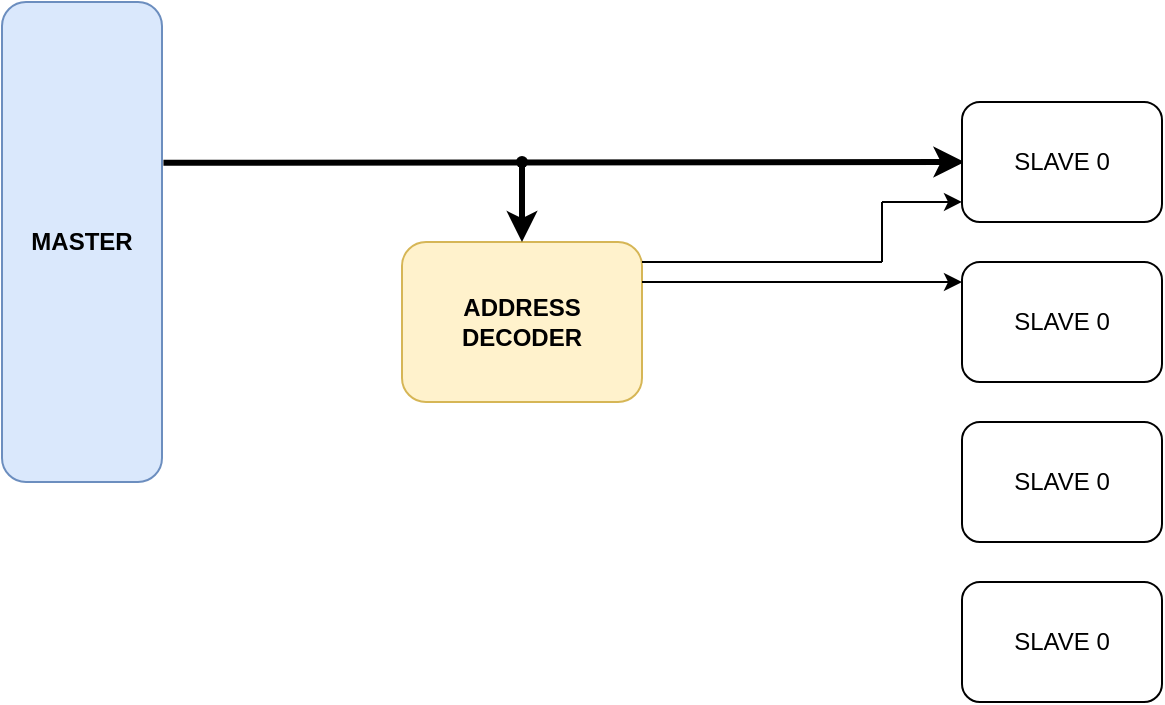
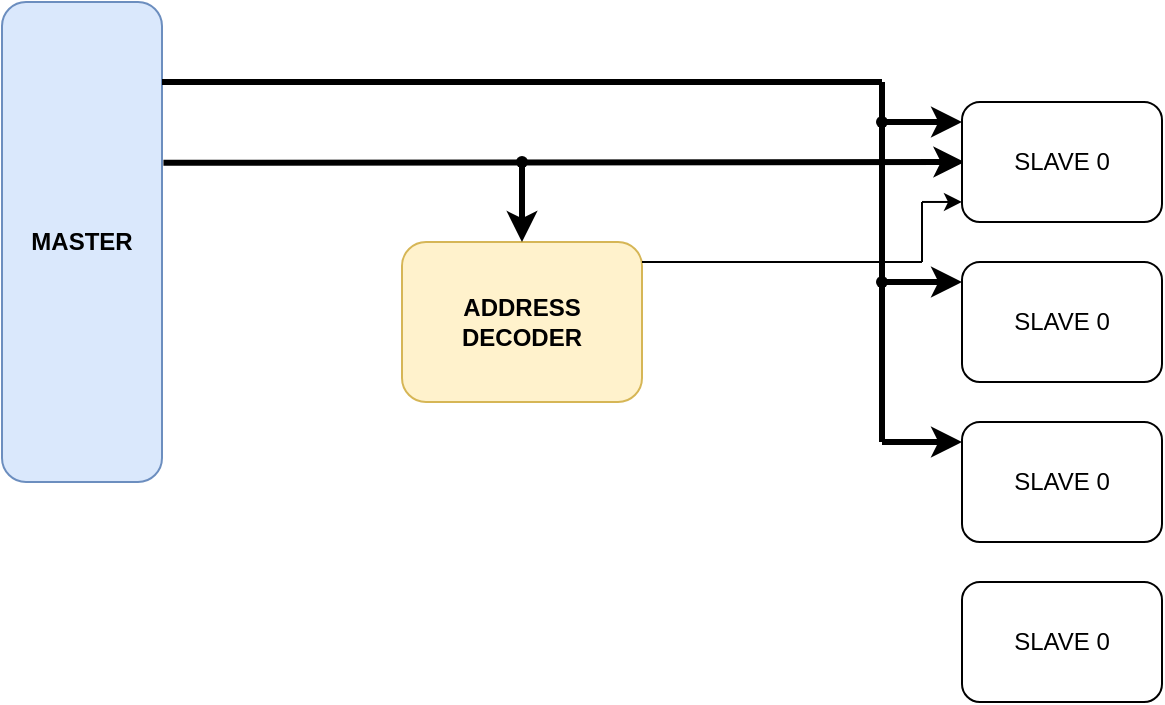
<mxfile host="app.diagrams.net" agent="Mozilla/5.0 (Windows NT 10.0; Win64; x64) AppleWebKit/537.36 (KHTML, like Gecko) Chrome/144.0.0.0 Safari/537.36 Edg/144.0.0.0" pages="4">
  <diagram id="00dOMP4ly3Yvcw6Omt_P" name="AHB Block Diagram">
-     <mxGraphModel dx="176" dy="254" grid="1" gridSize="10" guides="1" tooltips="1" connect="1" arrows="1" fold="1" page="1" pageScale="1" pageWidth="850" pageHeight="1100" math="0" shadow="0">
+     <mxGraphModel dx="147" dy="213" grid="1" gridSize="10" guides="1" tooltips="1" connect="1" arrows="1" fold="1" page="1" pageScale="1" pageWidth="850" pageHeight="1100" math="0" shadow="0">
      <root>
        <mxCell id="0" />
        <mxCell id="1" parent="0" />
        <mxCell id="WVtcaOnAu4kVJNJomXHp-1" parent="1" style="rounded=1;whiteSpace=wrap;html=1;fillColor=#dae8fc;strokeColor=#6c8ebf;" value="&lt;b&gt;MASTER&lt;/b&gt;" vertex="1">
          <mxGeometry height="240" width="80" x="80" y="160" as="geometry" />
        </mxCell>
        <mxCell id="WVtcaOnAu4kVJNJomXHp-3" parent="1" style="rounded=1;whiteSpace=wrap;html=1;fillColor=#fff2cc;strokeColor=#d6b656;" value="&lt;b&gt;ADDRESS DECODER&lt;/b&gt;" vertex="1">
          <mxGeometry height="80" width="120" x="280" y="280" as="geometry" />
        </mxCell>
        <mxCell id="WVtcaOnAu4kVJNJomXHp-4" edge="1" parent="1" source="WVtcaOnAu4kVJNJomXHp-1" style="endArrow=classic;html=1;rounded=0;exitX=1.009;exitY=0.335;exitDx=0;exitDy=0;exitPerimeter=0;strokeWidth=3;" value="">
          <mxGeometry height="50" relative="1" width="50" as="geometry">
            <mxPoint x="170" y="240" as="sourcePoint" />
            <mxPoint x="561.2" y="240" as="targetPoint" />
          </mxGeometry>
        </mxCell>
        <mxCell id="WVtcaOnAu4kVJNJomXHp-5" edge="1" parent="1" source="WVtcaOnAu4kVJNJomXHp-6" style="endArrow=classic;html=1;rounded=0;entryX=0.5;entryY=0;entryDx=0;entryDy=0;strokeWidth=3;" target="WVtcaOnAu4kVJNJomXHp-3" value="">
          <mxGeometry height="50" relative="1" width="50" as="geometry">
            <mxPoint x="340" y="240" as="sourcePoint" />
            <mxPoint x="390" y="190" as="targetPoint" />
          </mxGeometry>
        </mxCell>
        <mxCell id="WVtcaOnAu4kVJNJomXHp-6" parent="1" style="shape=waypoint;sketch=0;fillStyle=solid;size=6;pointerEvents=1;points=[];fillColor=none;resizable=0;rotatable=0;perimeter=centerPerimeter;snapToPoint=1;" value="" vertex="1">
          <mxGeometry height="20" width="20" x="330" y="230" as="geometry" />
        </mxCell>
        <mxCell id="WVtcaOnAu4kVJNJomXHp-7" parent="1" style="rounded=1;whiteSpace=wrap;html=1;" value="SLAVE 0" vertex="1">
          <mxGeometry height="60" width="100" x="560" y="210" as="geometry" />
        </mxCell>
        <mxCell id="WVtcaOnAu4kVJNJomXHp-8" parent="1" style="rounded=1;whiteSpace=wrap;html=1;" value="SLAVE 0" vertex="1">
          <mxGeometry height="60" width="100" x="560" y="290" as="geometry" />
        </mxCell>
        <mxCell id="WVtcaOnAu4kVJNJomXHp-9" parent="1" style="rounded=1;whiteSpace=wrap;html=1;" value="SLAVE 0" vertex="1">
          <mxGeometry height="60" width="100" x="560" y="370" as="geometry" />
        </mxCell>
        <mxCell id="WVtcaOnAu4kVJNJomXHp-10" parent="1" style="rounded=1;whiteSpace=wrap;html=1;" value="SLAVE 0" vertex="1">
          <mxGeometry height="60" width="100" x="560" y="450" as="geometry" />
        </mxCell>
        <mxCell id="WVtcaOnAu4kVJNJomXHp-11" edge="1" parent="1" source="WVtcaOnAu4kVJNJomXHp-3" style="endArrow=none;html=1;rounded=0;exitX=1;exitY=0.125;exitDx=0;exitDy=0;exitPerimeter=0;" value="">
          <mxGeometry height="50" relative="1" width="50" as="geometry">
            <mxPoint x="410" y="290" as="sourcePoint" />
-             <mxPoint x="520" y="290" as="targetPoint" />
+             <mxPoint x="540" y="290" as="targetPoint" />
          </mxGeometry>
        </mxCell>
        <mxCell id="WVtcaOnAu4kVJNJomXHp-12" edge="1" parent="1" style="endArrow=none;html=1;rounded=0;" value="">
          <mxGeometry height="50" relative="1" width="50" as="geometry">
-             <mxPoint x="520" y="290" as="sourcePoint" />
-             <mxPoint x="520" y="260" as="targetPoint" />
+             <mxPoint x="540" y="290" as="sourcePoint" />
+             <mxPoint x="540" y="260" as="targetPoint" />
          </mxGeometry>
        </mxCell>
        <mxCell id="WVtcaOnAu4kVJNJomXHp-13" edge="1" parent="1" style="endArrow=classic;html=1;rounded=0;entryX=0;entryY=0.833;entryDx=0;entryDy=0;entryPerimeter=0;" target="WVtcaOnAu4kVJNJomXHp-7" value="">
          <mxGeometry height="50" relative="1" width="50" as="geometry">
-             <mxPoint x="520" y="260" as="sourcePoint" />
+             <mxPoint x="540" y="259.98" as="sourcePoint" />
            <mxPoint x="540" y="260" as="targetPoint" />
          </mxGeometry>
        </mxCell>
-         <mxCell id="WVtcaOnAu4kVJNJomXHp-16" edge="1" parent="1" style="endArrow=classic;html=1;rounded=0;entryX=0;entryY=0.167;entryDx=0;entryDy=0;entryPerimeter=0;" target="WVtcaOnAu4kVJNJomXHp-8" value="">
-           <mxGeometry height="50" relative="1" width="50" as="geometry">
-             <mxPoint x="400" y="300" as="sourcePoint" />
-             <mxPoint x="490" y="300" as="targetPoint" />
-           </mxGeometry>
+         <mxCell id="WVtcaOnAu4kVJNJomXHp-18" edge="1" parent="1" style="endArrow=none;html=1;rounded=0;strokeWidth=3;" value="">
+           <mxGeometry height="50" relative="1" width="50" as="geometry">
+             <mxPoint x="160" y="200" as="sourcePoint" />
+             <mxPoint x="520" y="200" as="targetPoint" />
+           </mxGeometry>
+         </mxCell>
+         <mxCell id="WVtcaOnAu4kVJNJomXHp-19" edge="1" parent="1" source="WVtcaOnAu4kVJNJomXHp-25" style="endArrow=none;html=1;rounded=0;strokeWidth=3;" value="">
+           <mxGeometry height="50" relative="1" width="50" as="geometry">
+             <mxPoint x="520" y="380" as="sourcePoint" />
+             <mxPoint x="520" y="200" as="targetPoint" />
+           </mxGeometry>
+         </mxCell>
+         <mxCell id="WVtcaOnAu4kVJNJomXHp-20" edge="1" parent="1" style="endArrow=classic;html=1;rounded=0;entryX=0;entryY=0.167;entryDx=0;entryDy=0;entryPerimeter=0;strokeWidth=3;" target="WVtcaOnAu4kVJNJomXHp-7" value="">
+           <mxGeometry height="50" relative="1" width="50" as="geometry">
+             <mxPoint x="520" y="220" as="sourcePoint" />
+             <mxPoint x="570" y="170" as="targetPoint" />
+           </mxGeometry>
+         </mxCell>
+         <mxCell id="WVtcaOnAu4kVJNJomXHp-22" edge="1" parent="1" style="endArrow=classic;html=1;rounded=0;entryX=0;entryY=0.167;entryDx=0;entryDy=0;entryPerimeter=0;strokeWidth=3;" value="">
+           <mxGeometry height="50" relative="1" width="50" as="geometry">
+             <mxPoint x="520" y="300" as="sourcePoint" />
+             <mxPoint x="560" y="300" as="targetPoint" />
+           </mxGeometry>
+         </mxCell>
+         <mxCell id="WVtcaOnAu4kVJNJomXHp-23" parent="1" style="shape=waypoint;sketch=0;fillStyle=solid;size=6;pointerEvents=1;points=[];fillColor=none;resizable=0;rotatable=0;perimeter=centerPerimeter;snapToPoint=1;" value="" vertex="1">
+           <mxGeometry height="20" width="20" x="510" y="210" as="geometry" />
+         </mxCell>
+         <mxCell id="WVtcaOnAu4kVJNJomXHp-24" edge="1" parent="1" style="endArrow=classic;html=1;rounded=0;entryX=0;entryY=0.167;entryDx=0;entryDy=0;entryPerimeter=0;strokeWidth=3;" value="">
+           <mxGeometry height="50" relative="1" width="50" as="geometry">
+             <mxPoint x="520" y="380" as="sourcePoint" />
+             <mxPoint x="560" y="380" as="targetPoint" />
+           </mxGeometry>
+         </mxCell>
+         <mxCell id="WVtcaOnAu4kVJNJomXHp-26" edge="1" parent="1" style="endArrow=none;html=1;rounded=0;strokeWidth=3;" target="WVtcaOnAu4kVJNJomXHp-25" value="">
+           <mxGeometry height="50" relative="1" width="50" as="geometry">
+             <mxPoint x="520" y="380" as="sourcePoint" />
+             <mxPoint x="520" y="200" as="targetPoint" />
+           </mxGeometry>
+         </mxCell>
+         <mxCell id="WVtcaOnAu4kVJNJomXHp-25" parent="1" style="shape=waypoint;sketch=0;fillStyle=solid;size=6;pointerEvents=1;points=[];fillColor=none;resizable=0;rotatable=0;perimeter=centerPerimeter;snapToPoint=1;" value="" vertex="1">
+           <mxGeometry height="20" width="20" x="510" y="290" as="geometry" />
        </mxCell>
      </root>
    </mxGraphModel>
  </diagram>
  <diagram name="AHB Interface" id="AxdGKtdG9Rmgfqjtrl1U">
    <mxGraphModel dx="2046" dy="1106" grid="1" gridSize="10" guides="1" tooltips="1" connect="1" arrows="1" fold="1" page="1" pageScale="1" pageWidth="850" pageHeight="1100" math="0" shadow="0">
      <root>
        <mxCell id="0" />
        <mxCell id="1" parent="0" />
        <mxCell id="BZ9neWvH9tw47nREzwFn-1" parent="1" style="rounded=0;whiteSpace=wrap;html=1;" value="&lt;font style=&quot;font-size: 16px;&quot;&gt;&lt;b&gt;Manager&lt;/b&gt;&lt;/font&gt;" vertex="1">
          <mxGeometry height="200" width="120" x="400" y="80" as="geometry" />
        </mxCell>
        <mxCell id="BZ9neWvH9tw47nREzwFn-2" edge="1" parent="1" style="endArrow=classic;html=1;rounded=0;" value="">
          <mxGeometry height="50" relative="1" width="50" as="geometry">
            <mxPoint x="360" y="100" as="sourcePoint" />
            <mxPoint x="400" y="100" as="targetPoint" />
          </mxGeometry>
        </mxCell>
        <mxCell id="BZ9neWvH9tw47nREzwFn-3" edge="1" parent="1" style="endArrow=classic;html=1;rounded=0;" value="">
          <mxGeometry height="50" relative="1" width="50" as="geometry">
            <mxPoint x="360" y="120" as="sourcePoint" />
            <mxPoint x="400" y="120" as="targetPoint" />
          </mxGeometry>
        </mxCell>
        <mxCell id="BZ9neWvH9tw47nREzwFn-4" parent="1" style="text;html=1;whiteSpace=wrap;strokeColor=none;fillColor=none;align=center;verticalAlign=middle;rounded=0;fontStyle=1" value="HCLK" vertex="1">
          <mxGeometry height="20" width="40" x="320" y="90" as="geometry" />
        </mxCell>
        <mxCell id="BZ9neWvH9tw47nREzwFn-5" parent="1" style="text;html=1;whiteSpace=wrap;strokeColor=none;fillColor=none;align=center;verticalAlign=middle;rounded=0;fontStyle=1" value="HRESETn" vertex="1">
          <mxGeometry height="20" width="60" x="300" y="110" as="geometry" />
        </mxCell>
        <mxCell id="BZ9neWvH9tw47nREzwFn-6" parent="1" style="text;html=1;whiteSpace=wrap;strokeColor=none;fillColor=none;align=center;verticalAlign=middle;rounded=0;fontStyle=1" value="HREADY" vertex="1">
          <mxGeometry height="20" width="60" x="300" y="150" as="geometry" />
        </mxCell>
        <mxCell id="BZ9neWvH9tw47nREzwFn-7" edge="1" parent="1" style="endArrow=classic;html=1;rounded=0;" value="">
          <mxGeometry height="50" relative="1" width="50" as="geometry">
            <mxPoint x="360" y="160" as="sourcePoint" />
            <mxPoint x="400" y="160" as="targetPoint" />
          </mxGeometry>
        </mxCell>
        <mxCell id="BZ9neWvH9tw47nREzwFn-8" edge="1" parent="1" style="endArrow=classic;html=1;rounded=0;" value="">
          <mxGeometry height="50" relative="1" width="50" as="geometry">
            <mxPoint x="360" y="180" as="sourcePoint" />
            <mxPoint x="400" y="180" as="targetPoint" />
          </mxGeometry>
        </mxCell>
        <mxCell id="BZ9neWvH9tw47nREzwFn-9" parent="1" style="text;html=1;whiteSpace=wrap;strokeColor=none;fillColor=none;align=center;verticalAlign=middle;rounded=0;fontStyle=1" value="HSELx" vertex="1">
          <mxGeometry height="20" width="60" x="310" y="430" as="geometry" />
        </mxCell>
        <mxCell id="BZ9neWvH9tw47nREzwFn-10" edge="1" parent="1" style="endArrow=classic;html=1;rounded=0;" value="">
          <mxGeometry height="50" relative="1" width="50" as="geometry">
            <mxPoint x="360" y="260" as="sourcePoint" />
            <mxPoint x="400" y="260" as="targetPoint" />
          </mxGeometry>
        </mxCell>
        <mxCell id="BZ9neWvH9tw47nREzwFn-11" parent="1" style="text;html=1;whiteSpace=wrap;strokeColor=none;fillColor=none;align=center;verticalAlign=middle;rounded=0;fontStyle=1" value="HRDATA[31:0]" vertex="1">
          <mxGeometry height="20" width="90" x="270" y="250" as="geometry" />
        </mxCell>
        <mxCell id="BZ9neWvH9tw47nREzwFn-12" edge="1" parent="1" style="endArrow=classic;html=1;rounded=0;" value="">
          <mxGeometry height="50" relative="1" width="50" as="geometry">
            <mxPoint x="520" y="99.83" as="sourcePoint" />
            <mxPoint x="560" y="99.83" as="targetPoint" />
          </mxGeometry>
        </mxCell>
        <mxCell id="BZ9neWvH9tw47nREzwFn-13" edge="1" parent="1" style="endArrow=classic;html=1;rounded=0;" value="">
          <mxGeometry height="50" relative="1" width="50" as="geometry">
            <mxPoint x="520" y="119.83" as="sourcePoint" />
            <mxPoint x="560" y="119.83" as="targetPoint" />
          </mxGeometry>
        </mxCell>
        <mxCell id="BZ9neWvH9tw47nREzwFn-14" edge="1" parent="1" style="endArrow=classic;html=1;rounded=0;" value="">
          <mxGeometry height="50" relative="1" width="50" as="geometry">
            <mxPoint x="520" y="159.83" as="sourcePoint" />
            <mxPoint x="560" y="159.83" as="targetPoint" />
          </mxGeometry>
        </mxCell>
        <mxCell id="BZ9neWvH9tw47nREzwFn-15" edge="1" parent="1" style="endArrow=classic;html=1;rounded=0;" value="">
          <mxGeometry height="50" relative="1" width="50" as="geometry">
            <mxPoint x="520" y="140" as="sourcePoint" />
            <mxPoint x="560" y="140" as="targetPoint" />
          </mxGeometry>
        </mxCell>
        <mxCell id="BZ9neWvH9tw47nREzwFn-16" edge="1" parent="1" style="endArrow=classic;html=1;rounded=0;" value="">
          <mxGeometry height="50" relative="1" width="50" as="geometry">
            <mxPoint x="520" y="179.83" as="sourcePoint" />
            <mxPoint x="560" y="179.83" as="targetPoint" />
          </mxGeometry>
        </mxCell>
        <mxCell id="BZ9neWvH9tw47nREzwFn-17" edge="1" parent="1" style="endArrow=classic;html=1;rounded=0;" value="">
          <mxGeometry height="50" relative="1" width="50" as="geometry">
            <mxPoint x="520" y="200" as="sourcePoint" />
            <mxPoint x="560" y="200" as="targetPoint" />
          </mxGeometry>
        </mxCell>
        <mxCell id="BZ9neWvH9tw47nREzwFn-18" parent="1" style="text;html=1;whiteSpace=wrap;strokeColor=none;fillColor=none;align=center;verticalAlign=middle;rounded=0;fontStyle=1" value="HADDR[31:0]" vertex="1">
          <mxGeometry height="20" width="80" x="560" y="90" as="geometry" />
        </mxCell>
        <mxCell id="BZ9neWvH9tw47nREzwFn-19" parent="1" style="text;html=1;whiteSpace=wrap;strokeColor=none;fillColor=none;align=center;verticalAlign=middle;rounded=0;fontStyle=1" value="HWRITE" vertex="1">
          <mxGeometry height="20" width="60" x="560" y="110" as="geometry" />
        </mxCell>
        <mxCell id="BZ9neWvH9tw47nREzwFn-20" parent="1" style="text;html=1;whiteSpace=wrap;strokeColor=none;fillColor=none;align=center;verticalAlign=middle;rounded=0;fontStyle=1" value="HSIZE[2:0]" vertex="1">
          <mxGeometry height="20" width="70" x="560" y="130" as="geometry" />
        </mxCell>
        <mxCell id="BZ9neWvH9tw47nREzwFn-21" parent="1" style="text;html=1;whiteSpace=wrap;strokeColor=none;fillColor=none;align=center;verticalAlign=middle;rounded=0;fontStyle=1" value="HBURST[2:0]" vertex="1">
          <mxGeometry height="20" width="80" x="560" y="150" as="geometry" />
        </mxCell>
        <mxCell id="BZ9neWvH9tw47nREzwFn-22" parent="1" style="text;html=1;whiteSpace=wrap;strokeColor=none;fillColor=none;align=center;verticalAlign=middle;rounded=0;fontStyle=1" value="HPROT[3:0]" vertex="1">
          <mxGeometry height="20" width="80" x="560" y="170" as="geometry" />
        </mxCell>
        <mxCell id="BZ9neWvH9tw47nREzwFn-23" parent="1" style="text;html=1;whiteSpace=wrap;strokeColor=none;fillColor=none;align=center;verticalAlign=middle;rounded=0;fontStyle=1" value="HTRANS[1:0]" vertex="1">
          <mxGeometry height="20" width="80" x="560" y="190" as="geometry" />
        </mxCell>
        <mxCell id="BZ9neWvH9tw47nREzwFn-24" edge="1" parent="1" style="endArrow=classic;html=1;rounded=0;" value="">
          <mxGeometry height="50" relative="1" width="50" as="geometry">
            <mxPoint x="520" y="220" as="sourcePoint" />
            <mxPoint x="560" y="220" as="targetPoint" />
          </mxGeometry>
        </mxCell>
        <mxCell id="BZ9neWvH9tw47nREzwFn-25" parent="1" style="text;html=1;whiteSpace=wrap;strokeColor=none;fillColor=none;align=center;verticalAlign=middle;rounded=0;fontStyle=1" value="HMASTLOCK" vertex="1">
          <mxGeometry height="20" width="80" x="560" y="210" as="geometry" />
        </mxCell>
        <mxCell id="BZ9neWvH9tw47nREzwFn-26" edge="1" parent="1" style="endArrow=classic;html=1;rounded=0;" value="">
          <mxGeometry height="50" relative="1" width="50" as="geometry">
            <mxPoint x="520" y="259.8" as="sourcePoint" />
            <mxPoint x="560" y="259.8" as="targetPoint" />
          </mxGeometry>
        </mxCell>
        <mxCell id="BZ9neWvH9tw47nREzwFn-30" parent="1" style="text;html=1;whiteSpace=wrap;strokeColor=none;fillColor=none;align=center;verticalAlign=middle;rounded=0;fontStyle=1" value="HWDATA[31:0]" vertex="1">
          <mxGeometry height="20" width="95" x="555" y="250" as="geometry" />
        </mxCell>
        <mxCell id="BZ9neWvH9tw47nREzwFn-31" parent="1" style="rounded=0;whiteSpace=wrap;html=1;" value="&lt;font style=&quot;font-size: 16px;&quot;&gt;&lt;b&gt;Slave&lt;/b&gt;&lt;/font&gt;" vertex="1">
          <mxGeometry height="320" width="120" x="400" y="360" as="geometry" />
        </mxCell>
        <mxCell id="BZ9neWvH9tw47nREzwFn-32" edge="1" parent="1" style="endArrow=classic;html=1;rounded=0;" value="">
          <mxGeometry height="50" relative="1" width="50" as="geometry">
            <mxPoint x="360" y="489.83" as="sourcePoint" />
            <mxPoint x="400" y="489.83" as="targetPoint" />
          </mxGeometry>
        </mxCell>
        <mxCell id="BZ9neWvH9tw47nREzwFn-33" edge="1" parent="1" style="endArrow=classic;html=1;rounded=0;" value="">
          <mxGeometry height="50" relative="1" width="50" as="geometry">
            <mxPoint x="360" y="509.83" as="sourcePoint" />
            <mxPoint x="400" y="509.83" as="targetPoint" />
          </mxGeometry>
        </mxCell>
        <mxCell id="BZ9neWvH9tw47nREzwFn-34" edge="1" parent="1" style="endArrow=classic;html=1;rounded=0;" value="">
          <mxGeometry height="50" relative="1" width="50" as="geometry">
            <mxPoint x="360" y="549.83" as="sourcePoint" />
            <mxPoint x="400" y="549.83" as="targetPoint" />
          </mxGeometry>
        </mxCell>
        <mxCell id="BZ9neWvH9tw47nREzwFn-35" edge="1" parent="1" style="endArrow=classic;html=1;rounded=0;" value="">
          <mxGeometry height="50" relative="1" width="50" as="geometry">
            <mxPoint x="360" y="530" as="sourcePoint" />
            <mxPoint x="400" y="530" as="targetPoint" />
          </mxGeometry>
        </mxCell>
        <mxCell id="BZ9neWvH9tw47nREzwFn-36" edge="1" parent="1" style="endArrow=classic;html=1;rounded=0;" value="">
          <mxGeometry height="50" relative="1" width="50" as="geometry">
            <mxPoint x="360" y="569.83" as="sourcePoint" />
            <mxPoint x="400" y="569.83" as="targetPoint" />
          </mxGeometry>
        </mxCell>
        <mxCell id="BZ9neWvH9tw47nREzwFn-37" edge="1" parent="1" style="endArrow=classic;html=1;rounded=0;" value="">
          <mxGeometry height="50" relative="1" width="50" as="geometry">
            <mxPoint x="360" y="590" as="sourcePoint" />
            <mxPoint x="400" y="590" as="targetPoint" />
          </mxGeometry>
        </mxCell>
        <mxCell id="BZ9neWvH9tw47nREzwFn-38" parent="1" style="text;html=1;whiteSpace=wrap;strokeColor=none;fillColor=none;align=center;verticalAlign=middle;rounded=0;fontStyle=1" value="HADDR[31:0]" vertex="1">
          <mxGeometry height="20" width="80" x="275" y="480" as="geometry" />
        </mxCell>
        <mxCell id="BZ9neWvH9tw47nREzwFn-39" parent="1" style="text;html=1;whiteSpace=wrap;strokeColor=none;fillColor=none;align=center;verticalAlign=middle;rounded=0;fontStyle=1" value="HWRITE" vertex="1">
          <mxGeometry height="20" width="60" x="275" y="500" as="geometry" />
        </mxCell>
        <mxCell id="BZ9neWvH9tw47nREzwFn-40" parent="1" style="text;html=1;whiteSpace=wrap;strokeColor=none;fillColor=none;align=center;verticalAlign=middle;rounded=0;fontStyle=1" value="HSIZE[2:0]" vertex="1">
          <mxGeometry height="20" width="70" x="275" y="520" as="geometry" />
        </mxCell>
        <mxCell id="BZ9neWvH9tw47nREzwFn-41" parent="1" style="text;html=1;whiteSpace=wrap;strokeColor=none;fillColor=none;align=center;verticalAlign=middle;rounded=0;fontStyle=1" value="HBURST[2:0]" vertex="1">
          <mxGeometry height="20" width="80" x="275" y="540" as="geometry" />
        </mxCell>
        <mxCell id="BZ9neWvH9tw47nREzwFn-42" parent="1" style="text;html=1;whiteSpace=wrap;strokeColor=none;fillColor=none;align=center;verticalAlign=middle;rounded=0;fontStyle=1" value="HPROT[3:0]" vertex="1">
          <mxGeometry height="20" width="80" x="275" y="560" as="geometry" />
        </mxCell>
        <mxCell id="BZ9neWvH9tw47nREzwFn-43" parent="1" style="text;html=1;whiteSpace=wrap;strokeColor=none;fillColor=none;align=center;verticalAlign=middle;rounded=0;fontStyle=1" value="HTRANS[1:0]" vertex="1">
          <mxGeometry height="20" width="80" x="275" y="580" as="geometry" />
        </mxCell>
        <mxCell id="BZ9neWvH9tw47nREzwFn-44" edge="1" parent="1" style="endArrow=classic;html=1;rounded=0;" value="">
          <mxGeometry height="50" relative="1" width="50" as="geometry">
            <mxPoint x="360" y="610" as="sourcePoint" />
            <mxPoint x="400" y="610" as="targetPoint" />
          </mxGeometry>
        </mxCell>
        <mxCell id="BZ9neWvH9tw47nREzwFn-45" parent="1" style="text;html=1;whiteSpace=wrap;strokeColor=none;fillColor=none;align=center;verticalAlign=middle;rounded=0;fontStyle=1" value="HMASTLOCK" vertex="1">
          <mxGeometry height="20" width="80" x="275" y="600" as="geometry" />
        </mxCell>
        <mxCell id="BZ9neWvH9tw47nREzwFn-46" edge="1" parent="1" style="endArrow=classic;html=1;rounded=0;" value="">
          <mxGeometry height="50" relative="1" width="50" as="geometry">
            <mxPoint x="360" y="649.8" as="sourcePoint" />
            <mxPoint x="400" y="649.8" as="targetPoint" />
          </mxGeometry>
        </mxCell>
        <mxCell id="BZ9neWvH9tw47nREzwFn-47" parent="1" style="text;html=1;whiteSpace=wrap;strokeColor=none;fillColor=none;align=center;verticalAlign=middle;rounded=0;fontStyle=1" value="HWDATA[31:0]" vertex="1">
          <mxGeometry height="20" width="95" x="270" y="640" as="geometry" />
        </mxCell>
        <mxCell id="BZ9neWvH9tw47nREzwFn-49" edge="1" parent="1" style="endArrow=classic;html=1;rounded=0;" value="">
          <mxGeometry height="50" relative="1" width="50" as="geometry">
            <mxPoint x="360" y="380" as="sourcePoint" />
            <mxPoint x="400" y="380" as="targetPoint" />
          </mxGeometry>
        </mxCell>
        <mxCell id="BZ9neWvH9tw47nREzwFn-50" edge="1" parent="1" style="endArrow=classic;html=1;rounded=0;" value="">
          <mxGeometry height="50" relative="1" width="50" as="geometry">
            <mxPoint x="360" y="400" as="sourcePoint" />
            <mxPoint x="400" y="400" as="targetPoint" />
          </mxGeometry>
        </mxCell>
        <mxCell id="BZ9neWvH9tw47nREzwFn-51" edge="1" parent="1" style="endArrow=classic;html=1;rounded=0;" value="">
          <mxGeometry height="50" relative="1" width="50" as="geometry">
            <mxPoint x="360" y="440" as="sourcePoint" />
            <mxPoint x="400" y="440" as="targetPoint" />
          </mxGeometry>
        </mxCell>
        <mxCell id="BZ9neWvH9tw47nREzwFn-52" parent="1" style="text;html=1;whiteSpace=wrap;strokeColor=none;fillColor=none;align=center;verticalAlign=middle;rounded=0;fontStyle=1" value="HCLK" vertex="1">
          <mxGeometry height="20" width="40" x="320" y="370" as="geometry" />
        </mxCell>
        <mxCell id="BZ9neWvH9tw47nREzwFn-53" parent="1" style="text;html=1;whiteSpace=wrap;strokeColor=none;fillColor=none;align=center;verticalAlign=middle;rounded=0;fontStyle=1" value="HRESETn" vertex="1">
          <mxGeometry height="20" width="60" x="300" y="390" as="geometry" />
        </mxCell>
        <mxCell id="BZ9neWvH9tw47nREzwFn-54" parent="1" style="shape=curlyBracket;whiteSpace=wrap;html=1;rounded=1;labelPosition=left;verticalLabelPosition=middle;align=right;verticalAlign=middle;" value="" vertex="1">
          <mxGeometry height="35" width="20" x="230" y="90" as="geometry" />
        </mxCell>
        <mxCell id="BZ9neWvH9tw47nREzwFn-55" parent="1" style="text;html=1;whiteSpace=wrap;strokeColor=none;fillColor=none;align=center;verticalAlign=middle;rounded=0;fontStyle=1" value="HRESP" vertex="1">
          <mxGeometry height="20" width="60" x="300" y="170" as="geometry" />
        </mxCell>
        <mxCell id="BZ9neWvH9tw47nREzwFn-56" parent="1" style="shape=curlyBracket;whiteSpace=wrap;html=1;rounded=1;labelPosition=left;verticalLabelPosition=middle;align=right;verticalAlign=middle;" value="" vertex="1">
          <mxGeometry height="140" width="20" x="230" y="480" as="geometry" />
        </mxCell>
        <mxCell id="BZ9neWvH9tw47nREzwFn-57" parent="1" style="shape=curlyBracket;whiteSpace=wrap;html=1;rounded=1;labelPosition=left;verticalLabelPosition=middle;align=right;verticalAlign=middle;rotation=-180;" value="" vertex="1">
          <mxGeometry height="135" width="20" x="650" y="90" as="geometry" />
        </mxCell>
        <mxCell id="BZ9neWvH9tw47nREzwFn-58" parent="1" style="text;html=1;whiteSpace=wrap;strokeColor=none;fillColor=none;align=center;verticalAlign=middle;rounded=0;fontStyle=1" value="&lt;span style=&quot;font-weight: normal;&quot;&gt;Global signals&lt;/span&gt;" vertex="1">
          <mxGeometry height="20" width="90" x="140" y="97.5" as="geometry" />
        </mxCell>
        <mxCell id="BZ9neWvH9tw47nREzwFn-59" parent="1" style="text;html=1;whiteSpace=wrap;strokeColor=none;fillColor=none;align=center;verticalAlign=middle;rounded=0;fontStyle=1" value="&lt;span style=&quot;font-weight: normal;&quot;&gt;Transfer response&lt;/span&gt;" vertex="1">
          <mxGeometry height="20" width="60" x="170" y="157.5" as="geometry" />
        </mxCell>
        <mxCell id="BZ9neWvH9tw47nREzwFn-60" parent="1" style="text;html=1;whiteSpace=wrap;strokeColor=none;fillColor=none;align=center;verticalAlign=middle;rounded=0;fontStyle=1" value="&lt;span style=&quot;font-weight: normal;&quot;&gt;Data&lt;/span&gt;" vertex="1">
          <mxGeometry height="20" width="60" x="170" y="250" as="geometry" />
        </mxCell>
        <mxCell id="BZ9neWvH9tw47nREzwFn-61" parent="1" style="text;html=1;whiteSpace=wrap;strokeColor=none;fillColor=none;align=center;verticalAlign=middle;rounded=0;fontStyle=1" value="&lt;span style=&quot;font-weight: normal;&quot;&gt;Address and control signals&lt;/span&gt;" vertex="1">
          <mxGeometry height="37.5" width="90" x="670" y="140" as="geometry" />
        </mxCell>
        <mxCell id="BZ9neWvH9tw47nREzwFn-62" parent="1" style="shape=curlyBracket;whiteSpace=wrap;html=1;rounded=1;labelPosition=left;verticalLabelPosition=middle;align=right;verticalAlign=middle;" value="" vertex="1">
          <mxGeometry height="35" width="20" x="230" y="150" as="geometry" />
        </mxCell>
        <mxCell id="BZ9neWvH9tw47nREzwFn-63" parent="1" style="text;html=1;whiteSpace=wrap;strokeColor=none;fillColor=none;align=center;verticalAlign=middle;rounded=0;fontStyle=1" value="&lt;span style=&quot;font-weight: normal;&quot;&gt;Address and control signals&lt;/span&gt;" vertex="1">
          <mxGeometry height="37.5" width="90" x="140" y="531" as="geometry" />
        </mxCell>
        <mxCell id="BZ9neWvH9tw47nREzwFn-64" parent="1" style="shape=curlyBracket;whiteSpace=wrap;html=1;rounded=1;labelPosition=left;verticalLabelPosition=middle;align=right;verticalAlign=middle;" value="" vertex="1">
          <mxGeometry height="35" width="20" x="230" y="375" as="geometry" />
        </mxCell>
        <mxCell id="BZ9neWvH9tw47nREzwFn-65" parent="1" style="text;html=1;whiteSpace=wrap;strokeColor=none;fillColor=none;align=center;verticalAlign=middle;rounded=0;fontStyle=1" value="&lt;span style=&quot;font-weight: normal;&quot;&gt;Global signals&lt;/span&gt;" vertex="1">
          <mxGeometry height="20" width="90" x="140" y="382.5" as="geometry" />
        </mxCell>
        <mxCell id="BZ9neWvH9tw47nREzwFn-66" parent="1" style="text;html=1;whiteSpace=wrap;strokeColor=none;fillColor=none;align=center;verticalAlign=middle;rounded=0;fontStyle=1" value="&lt;span style=&quot;font-weight: normal;&quot;&gt;Data&lt;/span&gt;" vertex="1">
          <mxGeometry height="20" width="60" x="670" y="250" as="geometry" />
        </mxCell>
        <mxCell id="BZ9neWvH9tw47nREzwFn-67" edge="1" parent="1" style="endArrow=classic;html=1;rounded=0;" value="">
          <mxGeometry height="50" relative="1" width="50" as="geometry">
            <mxPoint x="520" y="490" as="sourcePoint" />
            <mxPoint x="560" y="490" as="targetPoint" />
          </mxGeometry>
        </mxCell>
        <mxCell id="BZ9neWvH9tw47nREzwFn-68" edge="1" parent="1" style="endArrow=classic;html=1;rounded=0;" value="">
          <mxGeometry height="50" relative="1" width="50" as="geometry">
            <mxPoint x="520" y="510" as="sourcePoint" />
            <mxPoint x="560" y="510" as="targetPoint" />
          </mxGeometry>
        </mxCell>
        <mxCell id="BZ9neWvH9tw47nREzwFn-69" parent="1" style="text;html=1;whiteSpace=wrap;strokeColor=none;fillColor=none;align=center;verticalAlign=middle;rounded=0;fontStyle=1" value="HREADY" vertex="1">
          <mxGeometry height="20" width="60" x="560" y="480" as="geometry" />
        </mxCell>
        <mxCell id="BZ9neWvH9tw47nREzwFn-70" parent="1" style="text;html=1;whiteSpace=wrap;strokeColor=none;fillColor=none;align=center;verticalAlign=middle;rounded=0;fontStyle=1" value="HRESP" vertex="1">
          <mxGeometry height="20" width="60" x="560" y="500" as="geometry" />
        </mxCell>
        <mxCell id="BZ9neWvH9tw47nREzwFn-71" edge="1" parent="1" style="endArrow=classic;html=1;rounded=0;" value="">
          <mxGeometry height="50" relative="1" width="50" as="geometry">
            <mxPoint x="520" y="649.6600000000001" as="sourcePoint" />
            <mxPoint x="560" y="649.6600000000001" as="targetPoint" />
          </mxGeometry>
        </mxCell>
        <mxCell id="BZ9neWvH9tw47nREzwFn-72" parent="1" style="text;html=1;whiteSpace=wrap;strokeColor=none;fillColor=none;align=center;verticalAlign=middle;rounded=0;fontStyle=1" value="HRDATA[31:0]" vertex="1">
          <mxGeometry height="20" width="90" x="560" y="640" as="geometry" />
        </mxCell>
        <mxCell id="BZ9neWvH9tw47nREzwFn-73" parent="1" style="text;html=1;whiteSpace=wrap;strokeColor=none;fillColor=none;align=center;verticalAlign=middle;rounded=0;fontStyle=1" value="&lt;span style=&quot;font-weight: normal;&quot;&gt;Data&lt;/span&gt;" vertex="1">
          <mxGeometry height="20" width="60" x="155" y="640" as="geometry" />
        </mxCell>
        <mxCell id="BZ9neWvH9tw47nREzwFn-74" parent="1" style="text;html=1;whiteSpace=wrap;strokeColor=none;fillColor=none;align=center;verticalAlign=middle;rounded=0;fontStyle=1" value="&lt;span style=&quot;font-weight: normal;&quot;&gt;Data&lt;/span&gt;" vertex="1">
          <mxGeometry height="20" width="50" x="675" y="640" as="geometry" />
        </mxCell>
        <mxCell id="BZ9neWvH9tw47nREzwFn-75" parent="1" style="text;html=1;whiteSpace=wrap;strokeColor=none;fillColor=none;align=center;verticalAlign=middle;rounded=0;fontStyle=1" value="&lt;span style=&quot;font-weight: normal;&quot;&gt;Transfer response&lt;/span&gt;" vertex="1">
          <mxGeometry height="20" width="60" x="670" y="487.5" as="geometry" />
        </mxCell>
        <mxCell id="BZ9neWvH9tw47nREzwFn-76" parent="1" style="shape=curlyBracket;whiteSpace=wrap;html=1;rounded=1;labelPosition=left;verticalLabelPosition=middle;align=right;verticalAlign=middle;rotation=-180;" value="" vertex="1">
          <mxGeometry height="35" width="20" x="640" y="480" as="geometry" />
        </mxCell>
        <mxCell id="BZ9neWvH9tw47nREzwFn-77" parent="1" style="text;html=1;whiteSpace=wrap;strokeColor=none;fillColor=none;align=center;verticalAlign=middle;rounded=0;fontStyle=1" value="&lt;span style=&quot;font-weight: normal;&quot;&gt;Select signal&lt;/span&gt;" vertex="1">
          <mxGeometry height="20" width="90" x="140" y="430" as="geometry" />
        </mxCell>
      </root>
    </mxGraphModel>
  </diagram>
  <diagram id="Hd4ECfvz_bm4RMetZK8C" name="Master Interface">
    <mxGraphModel dx="764" dy="1105" grid="1" gridSize="10" guides="1" tooltips="1" connect="1" arrows="1" fold="1" page="1" pageScale="1" pageWidth="850" pageHeight="1100" math="0" shadow="0">
      <root>
        <mxCell id="0" />
        <mxCell id="1" parent="0" />
      </root>
    </mxGraphModel>
  </diagram>
  <diagram id="AYzUWjTrgIps4r00h7mQ" name="Master FSM">
    <mxGraphModel dx="437" dy="631" grid="1" gridSize="10" guides="1" tooltips="1" connect="1" arrows="1" fold="1" page="1" pageScale="1" pageWidth="850" pageHeight="1100" math="0" shadow="0">
      <root>
        <mxCell id="0" />
        <mxCell id="1" parent="0" />
        <mxCell id="gUlQ52oibdo8bB1fHUDe-6" edge="1" parent="1" source="gUlQ52oibdo8bB1fHUDe-1" style="edgeStyle=orthogonalEdgeStyle;rounded=0;orthogonalLoop=1;jettySize=auto;html=1;exitX=1;exitY=0.5;exitDx=0;exitDy=0;entryX=0;entryY=0.5;entryDx=0;entryDy=0;" target="gUlQ52oibdo8bB1fHUDe-2">
          <mxGeometry relative="1" as="geometry" />
        </mxCell>
        <mxCell id="gUlQ52oibdo8bB1fHUDe-8" edge="1" parent="1" source="gUlQ52oibdo8bB1fHUDe-1" style="edgeStyle=orthogonalEdgeStyle;rounded=0;orthogonalLoop=1;jettySize=auto;html=1;entryX=0.5;entryY=0;entryDx=0;entryDy=0;" target="gUlQ52oibdo8bB1fHUDe-5">
          <mxGeometry relative="1" as="geometry" />
        </mxCell>
        <mxCell id="gUlQ52oibdo8bB1fHUDe-1" parent="1" style="ellipse;whiteSpace=wrap;html=1;" value="IDLE" vertex="1">
          <mxGeometry height="80" width="120" x="200" y="200" as="geometry" />
        </mxCell>
        <mxCell id="gUlQ52oibdo8bB1fHUDe-7" edge="1" parent="1" source="gUlQ52oibdo8bB1fHUDe-2" style="edgeStyle=orthogonalEdgeStyle;rounded=0;orthogonalLoop=1;jettySize=auto;html=1;entryX=0.5;entryY=0;entryDx=0;entryDy=0;" target="gUlQ52oibdo8bB1fHUDe-3">
          <mxGeometry relative="1" as="geometry" />
        </mxCell>
        <mxCell id="gUlQ52oibdo8bB1fHUDe-2" parent="1" style="ellipse;whiteSpace=wrap;html=1;" value="WR_ADDR_PHASE" vertex="1">
          <mxGeometry height="80" width="120" x="440" y="200" as="geometry" />
        </mxCell>
        <mxCell id="gUlQ52oibdo8bB1fHUDe-10" edge="1" parent="1" source="gUlQ52oibdo8bB1fHUDe-3" style="edgeStyle=orthogonalEdgeStyle;rounded=0;orthogonalLoop=1;jettySize=auto;html=1;entryX=0.5;entryY=0;entryDx=0;entryDy=0;" target="gUlQ52oibdo8bB1fHUDe-9">
          <mxGeometry relative="1" as="geometry" />
        </mxCell>
        <mxCell id="8WBKzOnGMAMBHIHuB8Qa-4" edge="1" parent="1" source="gUlQ52oibdo8bB1fHUDe-3" style="edgeStyle=orthogonalEdgeStyle;rounded=0;orthogonalLoop=1;jettySize=auto;html=1;entryX=1;entryY=0.5;entryDx=0;entryDy=0;" target="gUlQ52oibdo8bB1fHUDe-5">
          <mxGeometry relative="1" as="geometry" />
        </mxCell>
        <mxCell id="gUlQ52oibdo8bB1fHUDe-3" parent="1" style="ellipse;whiteSpace=wrap;html=1;" value="WR_DATA_PHASE" vertex="1">
          <mxGeometry height="80" width="120" x="440" y="360" as="geometry" />
        </mxCell>
        <mxCell id="gUlQ52oibdo8bB1fHUDe-11" edge="1" parent="1" source="gUlQ52oibdo8bB1fHUDe-4" style="edgeStyle=orthogonalEdgeStyle;rounded=0;orthogonalLoop=1;jettySize=auto;html=1;entryX=0;entryY=0.5;entryDx=0;entryDy=0;" target="gUlQ52oibdo8bB1fHUDe-9">
          <mxGeometry relative="1" as="geometry" />
        </mxCell>
        <mxCell id="8WBKzOnGMAMBHIHuB8Qa-6" edge="1" parent="1" source="gUlQ52oibdo8bB1fHUDe-4" style="edgeStyle=orthogonalEdgeStyle;rounded=0;orthogonalLoop=1;jettySize=auto;html=1;exitX=0;exitY=0.5;exitDx=0;exitDy=0;entryX=0;entryY=0.5;entryDx=0;entryDy=0;" target="gUlQ52oibdo8bB1fHUDe-1">
          <mxGeometry relative="1" as="geometry">
            <Array as="points">
              <mxPoint x="160.03" y="560.03" />
              <mxPoint x="160.03" y="240.03" />
            </Array>
          </mxGeometry>
        </mxCell>
        <mxCell id="gUlQ52oibdo8bB1fHUDe-4" parent="1" style="ellipse;whiteSpace=wrap;html=1;" value="RD_DATA_PHASE" vertex="1">
          <mxGeometry height="80" width="120" x="200" y="520" as="geometry" />
        </mxCell>
        <mxCell id="8WBKzOnGMAMBHIHuB8Qa-3" edge="1" parent="1" source="gUlQ52oibdo8bB1fHUDe-5" style="edgeStyle=orthogonalEdgeStyle;rounded=0;orthogonalLoop=1;jettySize=auto;html=1;" target="gUlQ52oibdo8bB1fHUDe-4" value="">
          <mxGeometry relative="1" as="geometry" />
        </mxCell>
        <mxCell id="gUlQ52oibdo8bB1fHUDe-5" parent="1" style="ellipse;whiteSpace=wrap;html=1;" value="RD_ADDR_PHASE" vertex="1">
          <mxGeometry height="80" width="120" x="200" y="360" as="geometry" />
        </mxCell>
        <mxCell id="gUlQ52oibdo8bB1fHUDe-9" parent="1" style="ellipse;whiteSpace=wrap;html=1;" value="WAIT_STATE" vertex="1">
          <mxGeometry height="80" width="120" x="440" y="520" as="geometry" />
        </mxCell>
        <mxCell id="8WBKzOnGMAMBHIHuB8Qa-1" edge="1" parent="1" source="gUlQ52oibdo8bB1fHUDe-5" style="endArrow=classic;html=1;rounded=0;entryX=0;entryY=0;entryDx=0;entryDy=0;exitX=1;exitY=1;exitDx=0;exitDy=0;" target="gUlQ52oibdo8bB1fHUDe-9" value="">
          <mxGeometry height="50" relative="1" width="50" as="geometry">
            <mxPoint x="350" y="490" as="sourcePoint" />
            <mxPoint x="400" y="440" as="targetPoint" />
          </mxGeometry>
        </mxCell>
        <mxCell id="8WBKzOnGMAMBHIHuB8Qa-5" edge="1" parent="1" source="gUlQ52oibdo8bB1fHUDe-3" style="endArrow=classic;html=1;rounded=0;exitX=0;exitY=0;exitDx=0;exitDy=0;entryX=1;entryY=1;entryDx=0;entryDy=0;" target="gUlQ52oibdo8bB1fHUDe-1" value="">
          <mxGeometry height="50" relative="1" width="50" as="geometry">
            <mxPoint x="370" y="340" as="sourcePoint" />
            <mxPoint x="420" y="290" as="targetPoint" />
          </mxGeometry>
        </mxCell>
      </root>
    </mxGraphModel>
  </diagram>
</mxfile>
